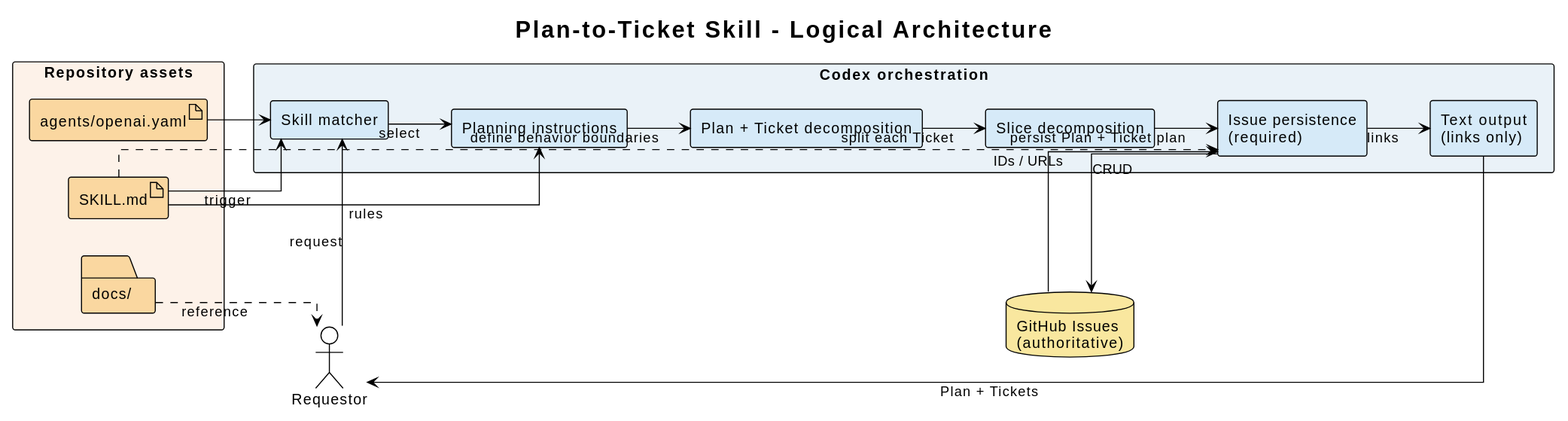
i-zrhe2016/codex-development-workflow keeps this PlantUML diagram as docs/skills/plan-to-ticket/diagrams/plan-to-ticket-architecture.svg. Above is the earlier version.
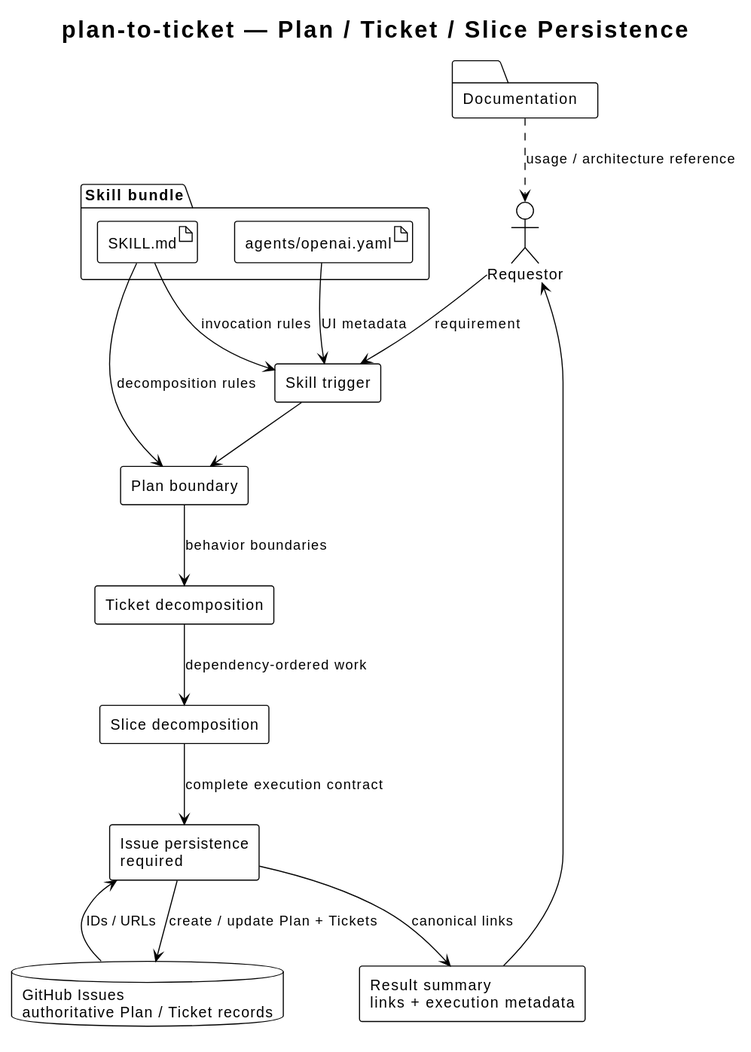
Later version of the same file.

The edit, as a diff of the source:
```diff
@@ -1,47 +1,39 @@
 @startuml
 !theme plain
-left to right direction
+top to bottom direction
+skinparam shadowing false
+skinparam defaultFontName Arial
+skinparam componentStyle rectangle
 
-skinparam packageStyle rectangle
-skinparam componentStyle rectangle
-skinparam shadowing false
-skinparam linetype ortho
-skinparam defaultFontName Arial
-
-title Plan-to-Ticket Skill - Logical Architecture
+title plan-to-ticket — Plan / Ticket / Slice Persistence
 
 actor "Requestor" as requestor
+component "Skill trigger" as trigger
+component "Plan boundary" as plan
+component "Ticket decomposition" as tickets
+component "Slice decomposition" as slices
+component "Issue persistence\nrequired" as persistence
+database "GitHub Issues\nauthoritative Plan / Ticket records" as issues
+component "Result summary\nlinks + execution metadata" as output
 
-package "Codex orchestration" as orchestration #EAF2F8 {
-  component "Skill matcher" as matcher #D6EAF8
-  component "Planning instructions" as planner #D6EAF8
-  component "Plan + Ticket decomposition" as ticketing #D6EAF8
-  component "Slice decomposition" as slicing #D6EAF8
-  component "Issue persistence\n(required)" as persistence #D6EAF8
-  component "Text output\n(links only)" as output #D6EAF8
+folder "Skill bundle" as bundle {
+  artifact "SKILL.md" as skill
+  artifact "agents/openai.yaml" as metadata
 }
+folder "Documentation" as docs
 
-database "GitHub Issues\n(authoritative)" as issues #F9E79F
+requestor --> trigger : requirement
+trigger --> plan
+plan --> tickets : behavior boundaries
+tickets --> slices : dependency-ordered work
+slices --> persistence : complete execution contract
+persistence --> issues : create / update Plan + Tickets
+issues --> persistence : IDs / URLs
+persistence --> output : canonical links
+output --> requestor
 
-package "Repository assets" as repository #FDF2E9 {
-  artifact "SKILL.md" as skill #FAD7A0
-  artifact "agents/openai.yaml" as metadata #FAD7A0
-  folder "docs/" as docs #FAD7A0
-}
-
-requestor --> matcher : request
-matcher --> planner : select
-planner --> ticketing : define behavior boundaries
-ticketing --> slicing : split each Ticket
-slicing --> persistence : persist Plan + Ticket plan
-persistence --> issues : CRUD
-issues --> persistence : IDs / URLs
-persistence --> output : links
-output --> requestor : Plan + Tickets
-
-skill --> matcher : trigger
-skill --> planner : rules
-skill ..> persistence
-metadata --> matcher
-docs ..> requestor : reference
+skill --> trigger : invocation rules
+skill --> plan : decomposition rules
+metadata --> trigger : UI metadata
+docs ..> requestor : usage / architecture reference
 @enduml
```
